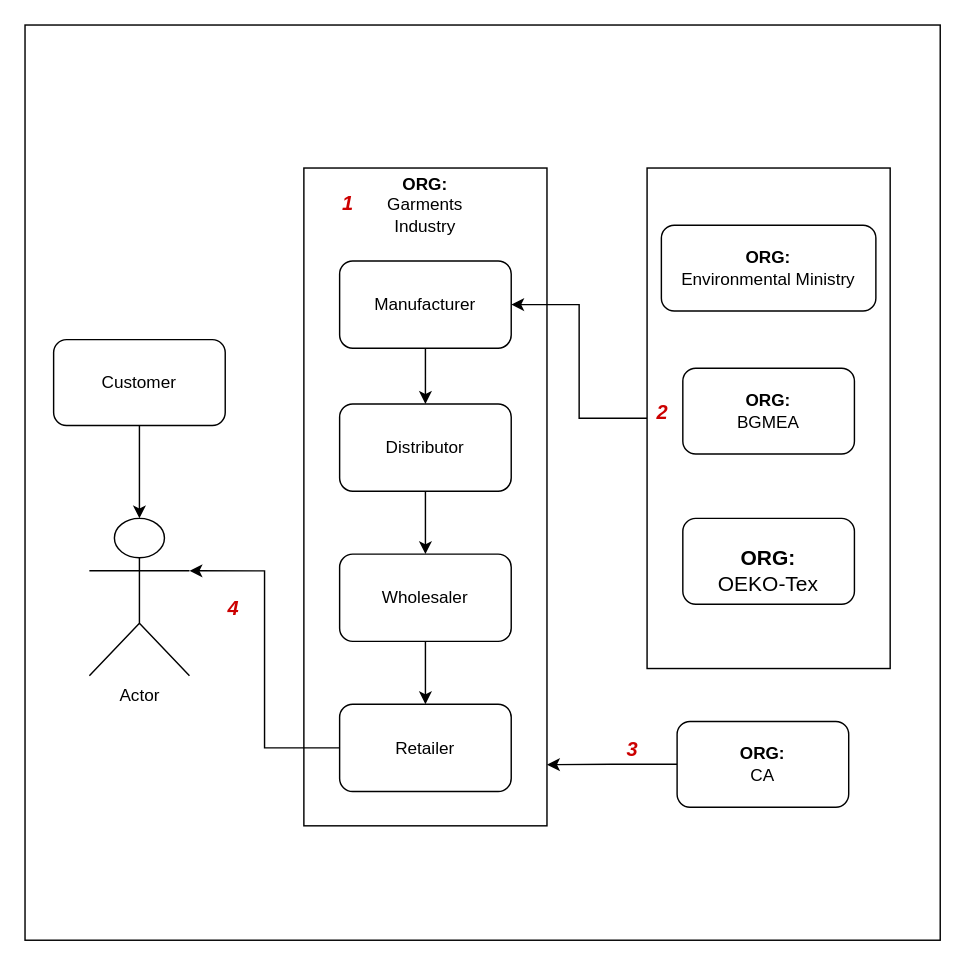
Before: Untitled Diagram.drawio in xack20/xack20, a draw.io diagram. Source tidied: cells renumbered, new cells numbered last; positions are measured from the earlier drawing's top-left corner, leaving out a move shared by most shapes. Both pictures are drawn from the tidied source at 143%, with x=0, y=0 at pixel (24, 24).
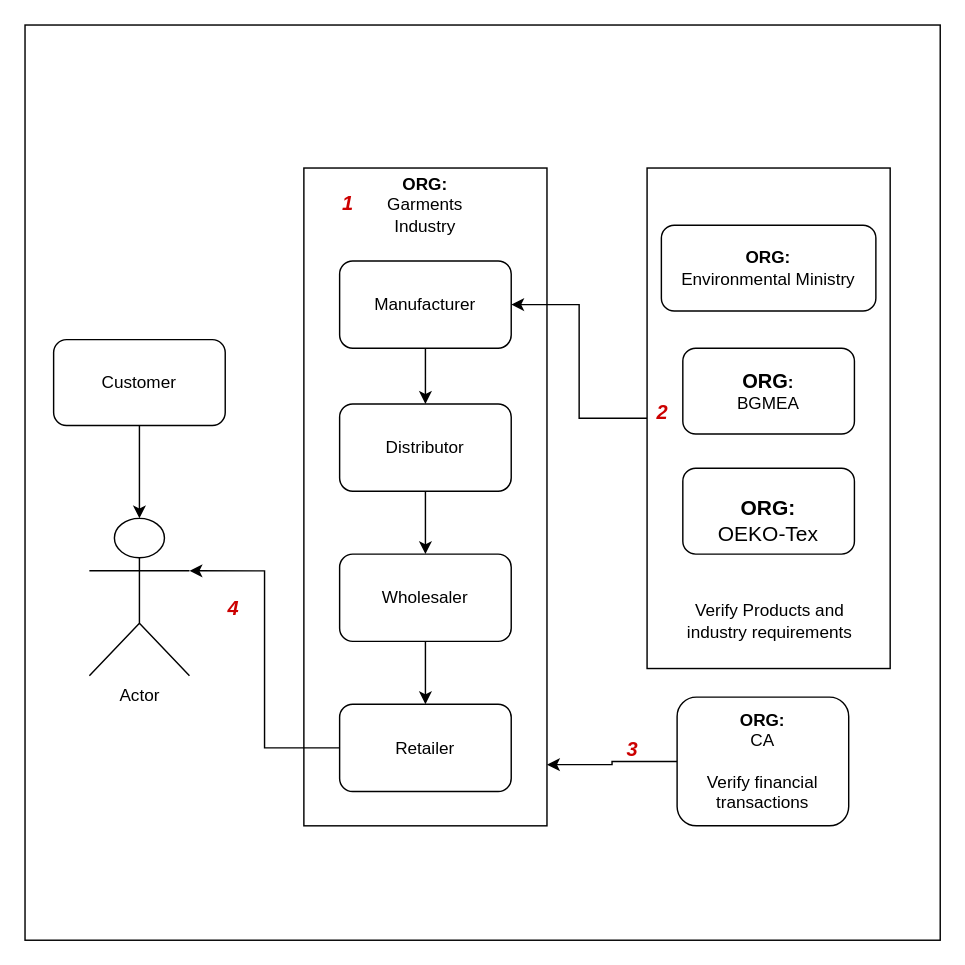
After the change.

The edit, as a diff of the source:
```diff
@@
-    <mxCell id="16" value="&lt;b&gt;ORG:&lt;/b&gt;&lt;div&gt;CA&lt;/div&gt;" style="rounded=1;whiteSpace=wrap;html=1;" parent="1" vertex="1">
-      <mxGeometry x="456" y="487" width="120" height="60" as="geometry" />
+    <mxCell id="16" value="&lt;b&gt;ORG:&lt;/b&gt;&lt;div&gt;CA&lt;/div&gt;&lt;br&gt;Verify financial transactions" style="rounded=1;whiteSpace=wrap;html=1;" parent="1" vertex="1">
+      <mxGeometry x="456" y="470" width="120" height="90" as="geometry" />
     </mxCell>
@@
-    <mxCell id="19" value="&lt;b&gt;ORG:&lt;/b&gt;&lt;div&gt;BGMEA&lt;/div&gt;" style="rounded=1;whiteSpace=wrap;html=1;" parent="1" vertex="1">
-      <mxGeometry x="460" y="240" width="120" height="60" as="geometry" />
+    <mxCell id="19" value="&lt;b&gt;&lt;font style=&quot;font-size: 14px&quot;&gt;ORG&lt;/font&gt;:&lt;/b&gt;&lt;div&gt;BGMEA&lt;/div&gt;" style="rounded=1;whiteSpace=wrap;html=1;" parent="1" vertex="1">
+      <mxGeometry x="460" y="226" width="120" height="60" as="geometry" />
     </mxCell>
     <mxCell id="20" value="&lt;div&gt;&lt;br&gt;&lt;font style=&quot;font-size: 11px&quot;&gt;&lt;span style=&quot;font-size: 11pt ; font-family: &amp;#34;arial&amp;#34; ; color: rgb(0 , 0 , 0) ; background-color: transparent ; font-weight: 400 ; font-style: normal ; font-variant: normal ; text-decoration: none ; vertical-align: baseline&quot; id=&quot;docs-internal-guid-c25ce7b1-7fff-9b05-69a6-002211a3fff1&quot;&gt;&lt;b&gt;ORG:&lt;/b&gt;&lt;/span&gt;&lt;/font&gt;&lt;/div&gt;&lt;div&gt;&lt;font style=&quot;font-size: 11px&quot;&gt;&lt;span style=&quot;font-size: 11pt ; font-family: &amp;#34;arial&amp;#34; ; color: rgb(0 , 0 , 0) ; background-color: transparent ; font-weight: 400 ; font-style: normal ; font-variant: normal ; text-decoration: none ; vertical-align: baseline&quot; id=&quot;docs-internal-guid-c25ce7b1-7fff-9b05-69a6-002211a3fff1&quot;&gt;OEKO-Tex&lt;/span&gt;&lt;/font&gt;&lt;/div&gt;" style="rounded=1;whiteSpace=wrap;html=1;" parent="1" vertex="1">
-      <mxGeometry x="460" y="345" width="120" height="60" as="geometry" />
+      <mxGeometry x="460" y="310" width="120" height="60" as="geometry" />
     </mxCell>
@@
+    <mxCell id="27" value="Verify Products and industry requirements" style="text;html=1;strokeColor=none;fillColor=none;align=center;verticalAlign=middle;whiteSpace=wrap;rounded=0;" parent="1" vertex="1">
+      <mxGeometry x="456" y="407" width="130" height="20" as="geometry" />
+    </mxCell>
```
